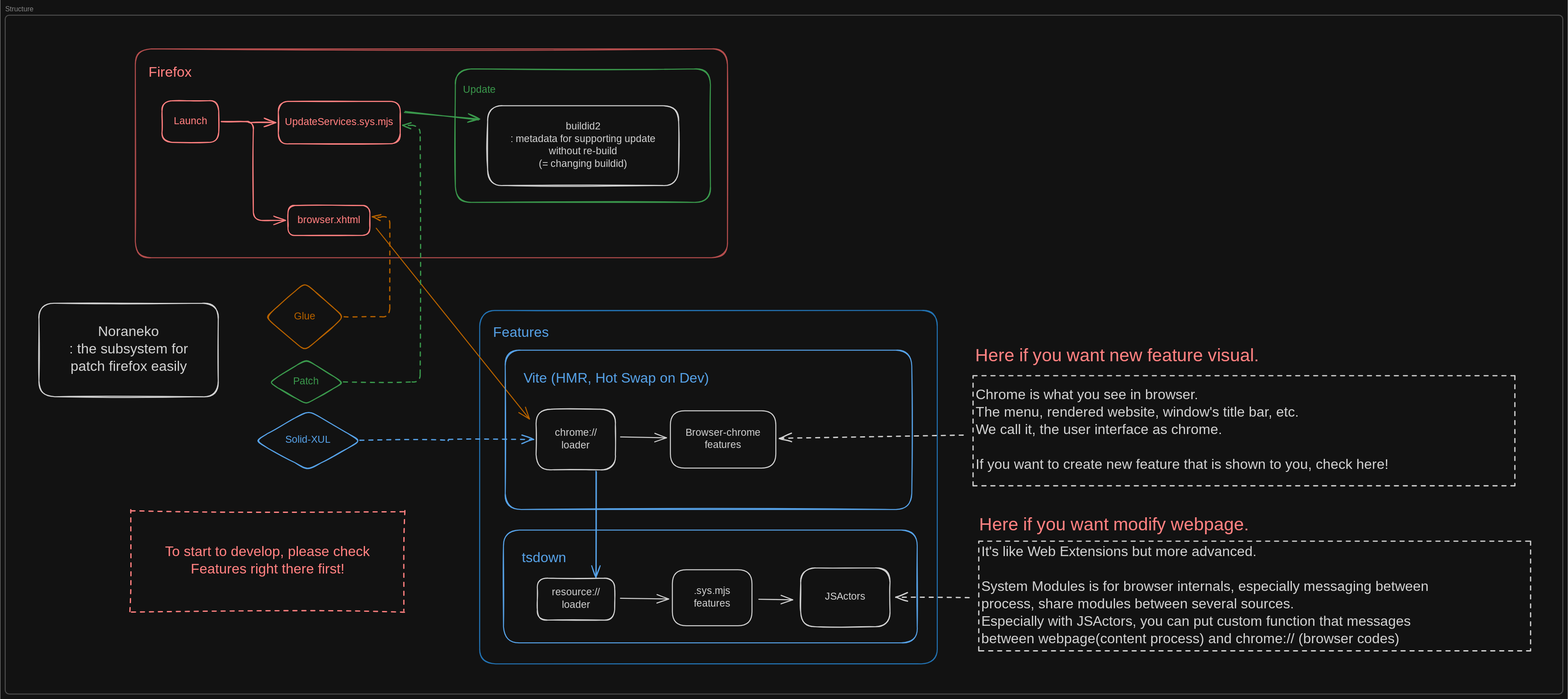
Above: .github/assets/readme/noraneko.structure.dark.excalidraw.svg in f3liz-dev/noraneko (Excalidraw), before the change. Source tidied: one line per element, renumbered; positions are measured from the earlier drawing's top-left corner, leaving out a move shared by most shapes.
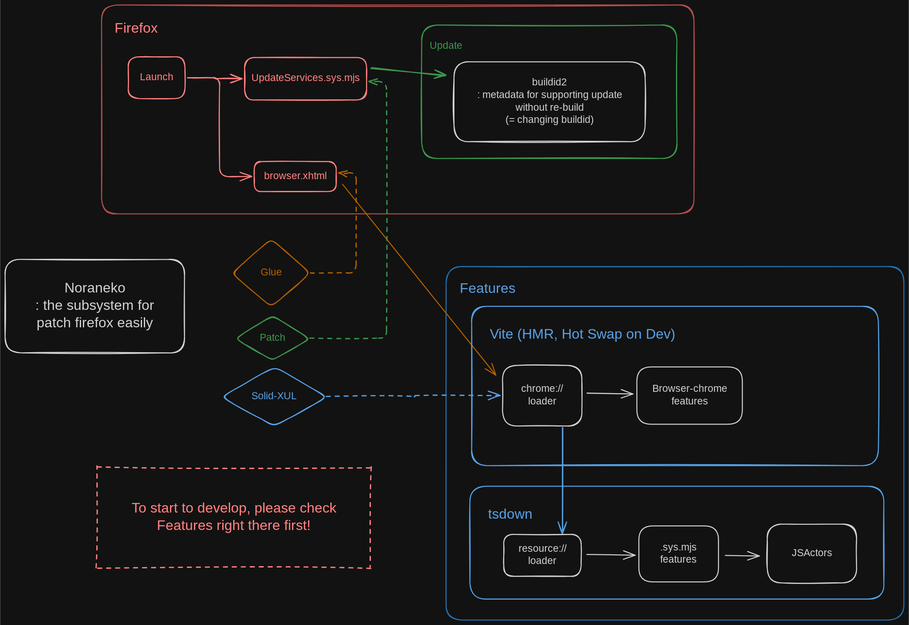
The same diagram one commit later.

Commit message:
fix(docs): better readability

The edit, as a diff of the source:
```diff
@@ -44,15 +44,6 @@
 {"id": 43, "type": "text", "text": "JSActors", "strokeColor": "#1e1e1e", "strokeWidth": 2, "roughness": 2, "fontSize": 20, "fontFamily": 5, "textAlign": "center", "verticalAlign": "middle", "inside": 42, "x": 1642, "y": 1155, "width": 90, "height": 25}
 {"id": 44, "type": "rectangle", "strokeColor": "#1e1e1e", "strokeWidth": 2, "roughness": 1, "round": true, "x": 1068, "y": 1130, "width": 155, "height": 84}
 {"id": 45, "type": "text", "text": "resource://\nloader", "strokeColor": "#1e1e1e", "strokeWidth": 2, "roughness": 1, "fontSize": 20, "fontFamily": 5, "textAlign": "center", "verticalAlign": "middle", "inside": 44, "x": 1093, "y": 1147, "width": 105, "height": 50}
-{"id": 46, "type": "rectangle", "strokeColor": "#1e1e1e", "strokeWidth": 2, "strokeStyle": "dashed", "roughness": 0, "x": 1943, "y": 723, "width": 1088, "height": 221}
-{"id": 47, "type": "text", "text": "Chrome is what you see in browser.\nThe menu, rendered website, window's title bar, etc.\nWe call it, the user interface as chrome.\n\nIf you want to create new feature that is shown to you, check here!", "strokeColor": "#1e1e1e", "backgroundColor": "#ffffff", "fillStyle": "solid", "strokeWidth": 2, "strokeStyle": "dotted", "roughness": 0, "fontSize": 28, "fontFamily": 8, "verticalAlign": "middle", "inside": 46, "x": 1948, "y": 746, "width": 1032, "height": 175}
-{"id": 48, "type": "arrow", "strokeColor": "#1e1e1e", "strokeWidth": 2, "strokeStyle": "dashed", "roughness": 2, "endArrowhead": "arrow", "round": true, "from": 46, "to": 34, "x": 1924, "y": 842, "width": 368, "height": 5, "points": [[0, 0], [-368, 5]]}
-{"id": 49, "type": "rectangle", "strokeColor": "#1e1e1e", "strokeWidth": 2, "strokeStyle": "dashed", "roughness": 0, "x": 1954, "y": 1055, "width": 1108, "height": 220}
-{"id": 50, "type": "text", "text": "It's like Web Extensions but more advanced.\n\nSystem Modules is for browser internals, especially messaging between\nprocess, share modules between several sources.\nEspecially with JSActors, you can put custom function that messages\nbetween webpage(content process) and chrome:// (browser codes)", "strokeColor": "#1e1e1e", "backgroundColor": "#ffffff", "fillStyle": "solid", "strokeWidth": 2, "strokeStyle": "dotted", "roughness": 0, "fontSize": 28, "fontFamily": 8, "verticalAlign": "middle", "inside": 49, "x": 1959, "y": 1060, "width": 1063, "height": 210}
-{"id": 51, "type": "text", "text": "Here if you want new feature visual.", "strokeColor": "#e03131", "strokeWidth": 2, "strokeStyle": "dashed", "roughness": 2, "fontSize": 36, "fontFamily": 8, "x": 1947, "y": 663, "width": 713, "height": 45}
-{"id": 52, "type": "text", "text": "Here if you want modify webpage.", "strokeColor": "#e03131", "strokeWidth": 2, "strokeStyle": "dashed", "roughness": 2, "fontSize": 36, "fontFamily": 8, "x": 1955, "y": 1002, "width": 634, "height": 45}
-{"id": 53, "type": "arrow", "strokeColor": "#1e1e1e", "strokeWidth": 2, "strokeStyle": "dashed", "roughness": 2, "endArrowhead": "arrow", "round": true, "from": 49, "to": 42, "x": 1937, "y": 1168, "width": 148, "height": 2, "points": [[0, 0], [-148, 2]]}
 {"id": 54, "type": "rectangle", "strokeColor": "#e03131", "strokeWidth": 2, "strokeStyle": "dashed", "roughness": 2, "x": 252, "y": 995, "width": 550, "height": 202}
 {"id": 55, "type": "text", "text": "To start to develop, please check\nFeatures right there first!", "strokeColor": "#e03131", "strokeWidth": 2, "strokeStyle": "dashed", "roughness": 2, "fontSize": 28, "fontFamily": 8, "textAlign": "center", "verticalAlign": "middle", "inside": 54, "x": 273, "y": 1061, "width": 508, "height": 70}
 {"id": 56, "type": "arrow", "strokeColor": "#1e1e1e", "backgroundColor": "#ffffff", "fillStyle": "solid", "strokeWidth": 2, "roughness": 0, "endArrowhead": "arrow", "round": true, "from": 39, "to": 42, "x": 1513, "y": 1172, "width": 68, "height": 1, "points": [[0, 0], [68, 1]]}
-{"id": 57, "type": "frame", "strokeColor": "#bbb", "strokeWidth": 2, "roughness": 0, "x": 0, "y": 0, "width": 3127, "height": 1362}
```
